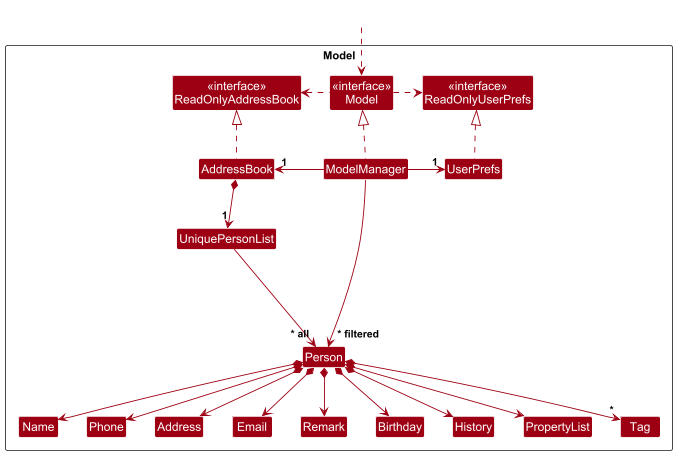
nus-cs2103-AY2425S1/tp keeps this PlantUML diagram as docs/images/ModelClassDiagram.png. Above is the earlier version.
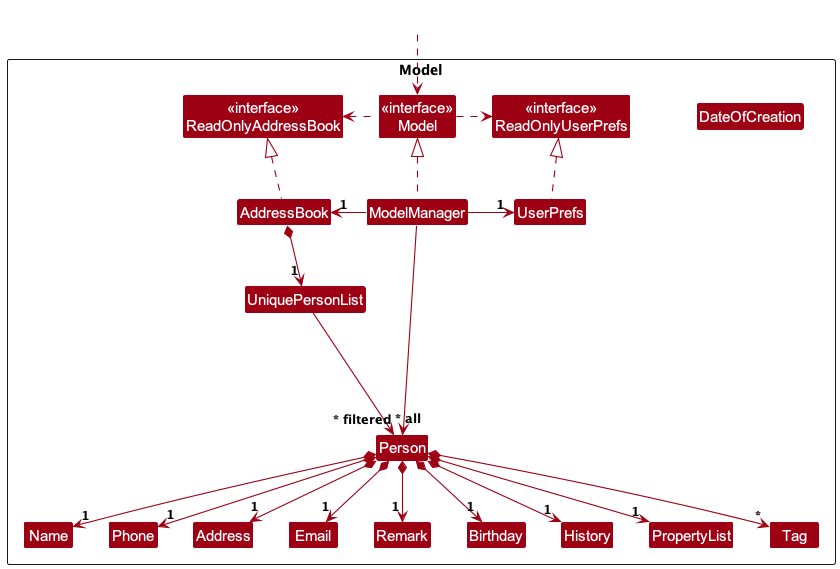
Above is the later version.

Change to the diagram source:
```diff
@@ -19,6 +19,7 @@
 Class Name
 Class Phone
 Class Remark
+Class DateOfCreation
 Class Birthday
 Class History
 Class Tag
@@ -41,15 +42,15 @@
 
 AddressBook *--> "1" UniquePersonList
 UniquePersonList --> "~* all" Person
-Person *--> Name
-Person *--> Phone
-Person *--> Email
-Person *--> Address
-Person *--> Remark
-Person *--> Birthday
-Person *--> History
+Person *--> "1" Name
+Person *--> "1" Phone
+Person *--> "1" Email
+Person *--> "1" Address
+Person *--> "1" Remark
+Person *--> "1" Birthday
+Person *--> "1" History
 Person *--> "*" Tag
-Person *--> PropertyList
+Person *--> "1" PropertyList
 
 Person -[hidden]up--> I
 UniquePersonList -[hidden]right-> I
```
